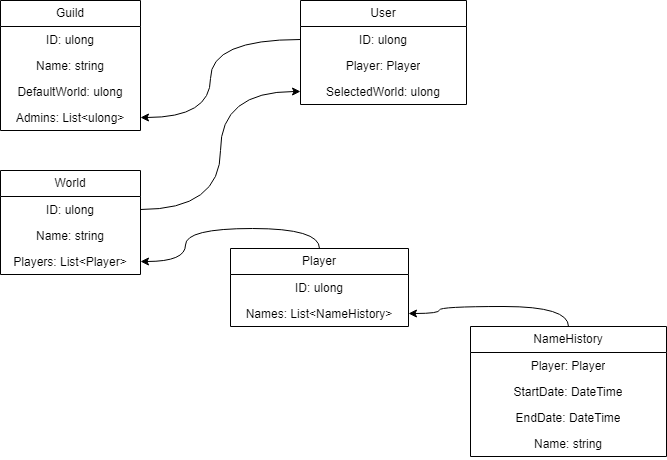
Above: Stats Bot UML.drawio.png in Endferoma/Draw.IO (draw.io), before the change. Source tidied: cells renumbered, new cells last; positions are measured from the earlier drawing's top-left corner, leaving out a move shared by most shapes.
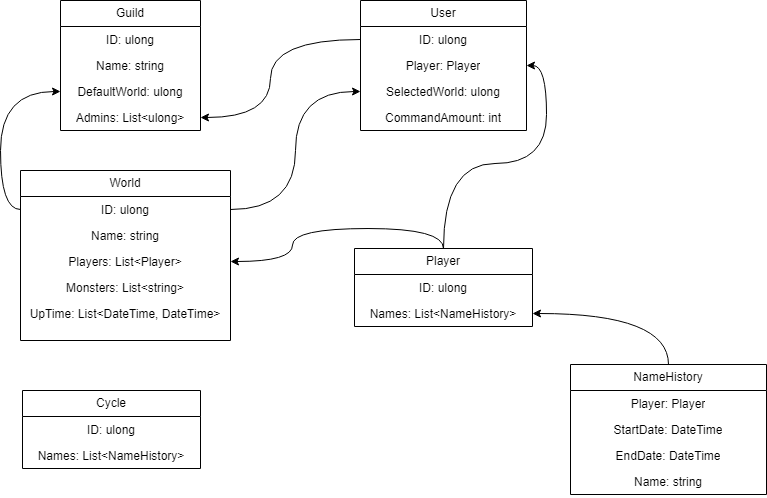
After the change.

Commit message:
Update Stats Bot UML.png

The edit, as a diff of the source:
```diff
@@ -18,7 +18,7 @@
       <mxGeometry y="104" width="140" height="26" as="geometry" />
     </mxCell>
     <mxCell id="7" value="User" style="swimlane;fontStyle=0;horizontal=1;startSize=26;fillColor=none;whiteSpace=wrap;html=1;align=center;" parent="1" vertex="1">
-      <mxGeometry x="300" width="166" height="104" as="geometry" />
+      <mxGeometry x="300" width="166" height="130" as="geometry" />
     </mxCell>
     <mxCell id="8" value="&lt;div&gt;&lt;span style=&quot;background-color: initial;&quot;&gt;ID: ulong&lt;/span&gt;&lt;br&gt;&lt;/div&gt;" style="text;strokeColor=none;fillColor=none;align=center;verticalAlign=top;spacingLeft=4;spacingRight=4;overflow=hidden;points=[[0,0.5],[1,0.5]];portConstraint=eastwest;whiteSpace=wrap;html=1;" parent="7" vertex="1">
       <mxGeometry y="26" width="166" height="26" as="geometry" />
@@ -29,11 +29,14 @@
     <mxCell id="10" value="Selected&lt;span style=&quot;background-color: initial;&quot;&gt;World: ulong&lt;/span&gt;" style="text;strokeColor=none;fillColor=none;align=center;verticalAlign=top;spacingLeft=4;spacingRight=4;overflow=hidden;points=[[0,0.5],[1,0.5]];portConstraint=eastwest;whiteSpace=wrap;html=1;" parent="7" vertex="1">
       <mxGeometry y="78" width="166" height="26" as="geometry" />
     </mxCell>
+    <mxCell id="27" value="&lt;span style=&quot;background-color: initial;&quot;&gt;CommandAmount: int&lt;/span&gt;" style="text;strokeColor=none;fillColor=none;align=center;verticalAlign=top;spacingLeft=4;spacingRight=4;overflow=hidden;whiteSpace=wrap;html=1;" parent="7" vertex="1">
+      <mxGeometry y="104" width="166" height="26" as="geometry" />
+    </mxCell>
     <mxCell id="11" style="edgeStyle=orthogonalEdgeStyle;rounded=0;jettySize=auto;html=1;exitX=0.5;exitY=0;exitDx=0;exitDy=0;entryX=1;entryY=0.5;entryDx=0;entryDy=0;curved=1;" parent="1" edge="1" source="12" target="24">
       <mxGeometry relative="1" as="geometry" />
     </mxCell>
     <mxCell id="12" value="NameHistory" style="swimlane;fontStyle=0;horizontal=1;startSize=26;fillColor=none;whiteSpace=wrap;html=1;align=center;" parent="1" vertex="1">
-      <mxGeometry x="470" y="326" width="196" height="130" as="geometry" />
+      <mxGeometry x="510" y="364" width="196" height="130" as="geometry" />
     </mxCell>
     <mxCell id="13" value="Player: Player" style="text;strokeColor=none;fillColor=none;align=center;verticalAlign=top;spacingLeft=4;spacingRight=4;overflow=hidden;whiteSpace=wrap;html=1;" parent="12" vertex="1">
       <mxGeometry y="26" width="196" height="26" as="geometry" />
@@ -48,22 +51,31 @@
       <mxGeometry y="104" width="196" height="26" as="geometry" />
     </mxCell>
     <mxCell id="17" value="World" style="swimlane;fontStyle=0;horizontal=1;startSize=26;fillColor=none;whiteSpace=wrap;html=1;align=center;" parent="1" vertex="1">
-      <mxGeometry y="170" width="140" height="104" as="geometry" />
+      <mxGeometry x="-40" y="170" width="210" height="170" as="geometry" />
     </mxCell>
     <mxCell id="18" value="ID: ulong" style="text;strokeColor=none;fillColor=none;align=center;verticalAlign=top;spacingLeft=4;spacingRight=4;overflow=hidden;points=[[0,0.5],[1,0.5]];portConstraint=eastwest;whiteSpace=wrap;html=1;" parent="17" vertex="1">
-      <mxGeometry y="26" width="140" height="26" as="geometry" />
+      <mxGeometry y="26" width="210" height="26" as="geometry" />
     </mxCell>
     <mxCell id="19" value="Name: string" style="text;strokeColor=none;fillColor=none;align=center;verticalAlign=top;spacingLeft=4;spacingRight=4;overflow=hidden;whiteSpace=wrap;html=1;" parent="17" vertex="1">
-      <mxGeometry y="52" width="140" height="26" as="geometry" />
+      <mxGeometry y="52" width="210" height="26" as="geometry" />
     </mxCell>
     <mxCell id="20" value="Players: List&amp;lt;Player&amp;gt;" style="text;strokeColor=none;fillColor=none;align=center;verticalAlign=top;spacingLeft=4;spacingRight=4;overflow=hidden;points=[[0,0.5],[1,0.5]];portConstraint=eastwest;whiteSpace=wrap;html=1;" parent="17" vertex="1">
-      <mxGeometry y="78" width="140" height="26" as="geometry" />
+      <mxGeometry y="78" width="210" height="26" as="geometry" />
     </mxCell>
+    <mxCell id="28" value="Monsters: List&amp;lt;string&amp;gt;" style="text;strokeColor=none;fillColor=none;align=center;verticalAlign=top;spacingLeft=4;spacingRight=4;overflow=hidden;whiteSpace=wrap;html=1;" parent="17" vertex="1">
+      <mxGeometry y="104" width="210" height="26" as="geometry" />
+    </mxCell>
+    <mxCell id="29" value="UpTime: List&amp;lt;DateTime, DateTime&amp;gt;" style="text;strokeColor=none;fillColor=none;align=center;verticalAlign=top;spacingLeft=4;spacingRight=4;overflow=hidden;whiteSpace=wrap;html=1;" parent="17" vertex="1">
+      <mxGeometry y="130" width="210" height="40" as="geometry" />
+    </mxCell>
     <mxCell id="21" style="edgeStyle=orthogonalEdgeStyle;rounded=0;jettySize=auto;html=1;exitX=0.5;exitY=0;exitDx=0;exitDy=0;curved=1;" parent="1" edge="1" source="22" target="20">
       <mxGeometry relative="1" as="geometry" />
     </mxCell>
+    <mxCell id="30" style="edgeStyle=orthogonalEdgeStyle;rounded=0;jettySize=auto;html=1;exitX=0.5;exitY=0;exitDx=0;exitDy=0;curved=1;" parent="1" edge="1" source="22" target="9">
+      <mxGeometry relative="1" as="geometry" />
+    </mxCell>
     <mxCell id="22" value="Player" style="swimlane;fontStyle=0;horizontal=1;startSize=26;fillColor=none;whiteSpace=wrap;html=1;align=center;" parent="1" vertex="1">
-      <mxGeometry x="230" y="248" width="178" height="78" as="geometry" />
+      <mxGeometry x="294" y="248" width="178" height="78" as="geometry" />
     </mxCell>
     <mxCell id="23" value="ID: ulong" style="text;strokeColor=none;fillColor=none;align=center;verticalAlign=top;spacingLeft=4;spacingRight=4;overflow=hidden;whiteSpace=wrap;html=1;" parent="22" vertex="1">
       <mxGeometry y="26" width="178" height="26" as="geometry" />
@@ -82,5 +94,17 @@
     <mxCell id="26" style="edgeStyle=orthogonalEdgeStyle;rounded=0;jettySize=auto;html=1;exitX=1;exitY=0.5;exitDx=0;exitDy=0;curved=1;" parent="1" edge="1" source="18" target="10">
       <mxGeometry relative="1" as="geometry" />
     </mxCell>
+    <mxCell id="31" value="Cycle" style="swimlane;fontStyle=0;horizontal=1;startSize=26;fillColor=none;whiteSpace=wrap;html=1;align=center;" parent="1" vertex="1">
+      <mxGeometry x="-38" y="390" width="178" height="78" as="geometry" />
+    </mxCell>
+    <mxCell id="32" value="ID: ulong" style="text;strokeColor=none;fillColor=none;align=center;verticalAlign=top;spacingLeft=4;spacingRight=4;overflow=hidden;whiteSpace=wrap;html=1;" parent="31" vertex="1">
+      <mxGeometry y="26" width="178" height="26" as="geometry" />
+    </mxCell>
+    <mxCell id="33" value="Names: List&amp;lt;NameHistory&amp;gt;" style="text;strokeColor=none;fillColor=none;align=center;verticalAlign=top;spacingLeft=4;spacingRight=4;overflow=hidden;whiteSpace=wrap;html=1;" parent="31" vertex="1">
+      <mxGeometry y="52" width="178" height="26" as="geometry" />
+    </mxCell>
+    <mxCell id="34" style="edgeStyle=orthogonalEdgeStyle;rounded=0;jettySize=auto;html=1;exitX=0;exitY=0.5;exitDx=0;exitDy=0;curved=1;" parent="1" edge="1" source="18" target="5">
+      <mxGeometry relative="1" as="geometry" />
+    </mxCell>
   </root>
 </mxGraphModel>
```
